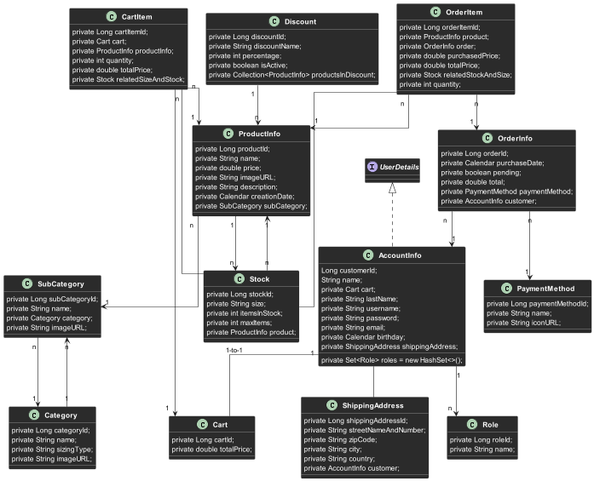
FuryoDev/Fitness-Store keeps this PlantUML diagram as spring-boot-backend/ClassDiagram.png. Above is the earlier version.
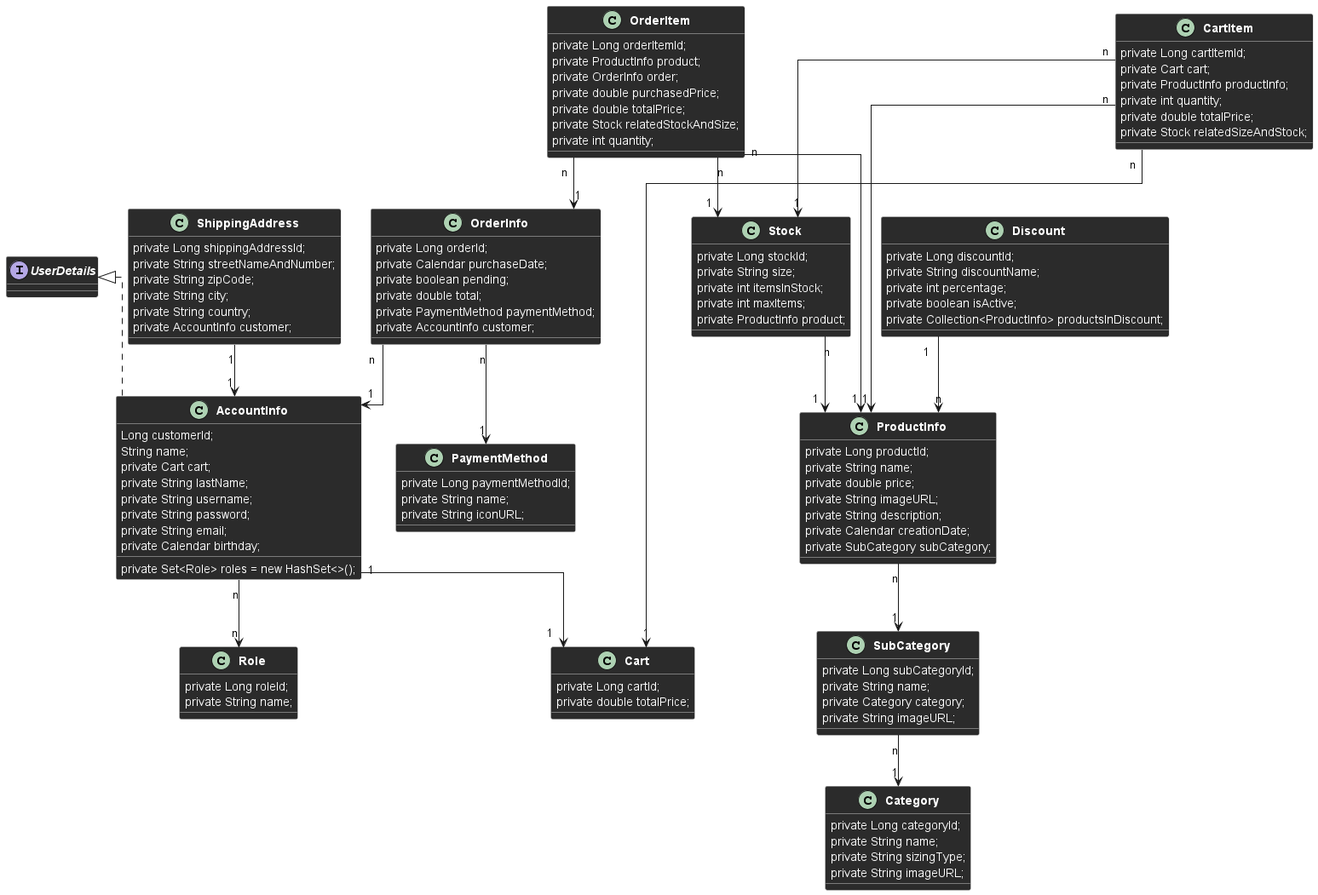
Later version of the same file.

Change to the diagram source:
```diff
@@ -9,7 +9,6 @@
     private String password;
     private String email;
     private Calendar birthday;
-    private ShippingAddress shippingAddress;
     private Set<Role> roles = new HashSet<>();
 }
 
@@ -111,31 +110,29 @@
     private String name;
 }
 
-AccountInfo -- Cart : "1"  (1-to-1)
-AccountInfo "1" --> "n" Role
-AccountInfo -- ShippingAddress
-
-Category "1" --> "n" SubCategory
+AccountInfo "1" --> "1" Cart
+AccountInfo "n" --> "n" Role
 
 Discount "1" --> "n" ProductInfo
 
 ProductInfo "n" --> "1" SubCategory
-ProductInfo "1" --> "n" Stock
+Stock "n" --> "1" ProductInfo
 
-Stock "n" --> "1" ProductInfo
 
 SubCategory "n" --> "1" Category
 
 CartItem "n" --> "1" Cart
 CartItem "n" --> "1" ProductInfo
-CartItem -- Stock
+CartItem "n" --> "1" Stock
 
 OrderInfo "n" --> "1" PaymentMethod
 OrderInfo "n" --> "1" AccountInfo
 
 OrderItem "n" --> "1" ProductInfo
 OrderItem "n" --> "1" OrderInfo
-OrderItem -- Stock
+OrderItem "n" --> "1" Stock
+
+ShippingAddress "1"--> "1" AccountInfo
 
 
 skinparam class {
```
